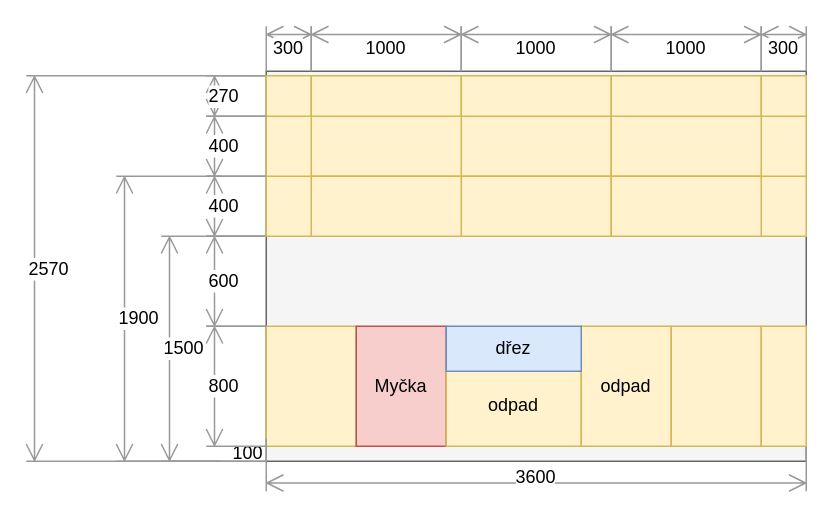
surquest/flat-renovation keeps this draw.io diagram as docs/src/static/drawings/kitchen.wall-watter.drawio. Above is the earlier version. Source tidied: cells renumbered, new cells numbered last; positions are measured from the earlier drawing's top-left corner, leaving out a move shared by most shapes. Both pictures are drawn from the tidied source at 150%, with x=0, y=0 at pixel (26, 26).
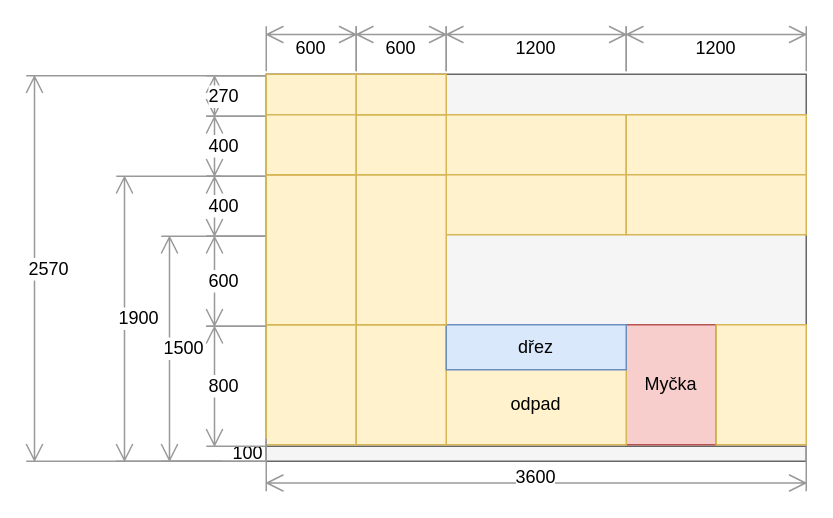
The same diagram, later.

Commit message (it also covers changes not shown here):
Kitchen reworked

What changed in the source:
```diff
@@
     <mxCell id="2" style="rounded=0;whiteSpace=wrap;html=1;strokeColor=#666666;fillColor=#f5f5f5;fontColor=#333333;" parent="1" vertex="1">
-      <mxGeometry x="160" y="30" width="360" height="250" as="geometry" />
+      <mxGeometry x="160" y="32" width="360" height="250" as="geometry" />
     </mxCell>
@@
     <mxCell id="4" style="rounded=0;whiteSpace=wrap;html=1;fillColor=#fff2cc;strokeColor=#d6b656;" parent="1" vertex="1">
-      <mxGeometry x="160" y="200" width="60" height="80" as="geometry" />
+      <mxGeometry x="160" y="199" width="60" height="80" as="geometry" />
     </mxCell>
@@
     <mxCell id="9" value="Myčka" style="rounded=0;whiteSpace=wrap;html=1;fillColor=#f8cecc;strokeColor=#b85450;" parent="1" vertex="1">
-      <mxGeometry x="220" y="200" width="60" height="80" as="geometry" />
+      <mxGeometry x="400" y="199" width="60" height="80" as="geometry" />
     </mxCell>
     <mxCell id="10" value="odpad" style="rounded=0;whiteSpace=wrap;html=1;fillColor=#fff2cc;strokeColor=#d6b656;" parent="1" vertex="1">
-      <mxGeometry x="280" y="225" width="90" height="55" as="geometry" />
+      <mxGeometry x="280" y="224" width="120" height="55" as="geometry" />
     </mxCell>
@@
-    <mxCell id="12" value="300" style="shape=dimension;direction=west;whiteSpace=wrap;html=1;align=center;verticalAlign=middle;labelBackgroundColor=#ffffff;strokeColor=#999999;" parent="1" vertex="1">
-      <mxGeometry x="160" width="30" height="30" as="geometry" />
+    <mxCell id="12" value="600" style="shape=dimension;direction=west;whiteSpace=wrap;html=1;align=center;verticalAlign=middle;labelBackgroundColor=#ffffff;strokeColor=#999999;" parent="1" vertex="1">
+      <mxGeometry x="160" width="60" height="30" as="geometry" />
     </mxCell>
-    <mxCell id="13" value="odpad" style="rounded=0;whiteSpace=wrap;html=1;fillColor=#fff2cc;strokeColor=#d6b656;" parent="1" vertex="1">
-      <mxGeometry x="370" y="200" width="60" height="80" as="geometry" />
-    </mxCell>
     <mxCell id="14" style="rounded=0;whiteSpace=wrap;html=1;fillColor=#fff2cc;strokeColor=#d6b656;" parent="1" vertex="1">
-      <mxGeometry x="430" y="200" width="60" height="80" as="geometry" />
+      <mxGeometry x="220" y="199" width="60" height="80" as="geometry" />
     </mxCell>
-    <mxCell id="15" style="rounded=0;whiteSpace=wrap;html=1;fillColor=#fff2cc;strokeColor=#d6b656;" parent="1" vertex="1">
-      <mxGeometry x="490" y="200" width="30" height="80" as="geometry" />
-    </mxCell>
     <mxCell id="16" value="dřez" style="rounded=0;whiteSpace=wrap;html=1;fillColor=#dae8fc;strokeColor=#6c8ebf;" parent="1" vertex="1">
-      <mxGeometry x="280" y="200" width="90" height="30" as="geometry" />
+      <mxGeometry x="280" y="199" width="120" height="30" as="geometry" />
     </mxCell>
-    <mxCell id="17" style="rounded=0;whiteSpace=wrap;html=1;fillColor=#fff2cc;strokeColor=#d6b656;" parent="1" vertex="1">
-      <mxGeometry x="490" y="100" width="30" height="40" as="geometry" />
-    </mxCell>
-    <mxCell id="18" style="rounded=0;whiteSpace=wrap;html=1;fillColor=#fff2cc;strokeColor=#d6b656;" parent="1" vertex="1">
-      <mxGeometry x="490" y="60" width="30" height="40" as="geometry" />
-    </mxCell>
-    <mxCell id="19" value="1000" style="shape=dimension;direction=west;whiteSpace=wrap;html=1;align=center;verticalAlign=middle;labelBackgroundColor=#ffffff;strokeColor=#999999;" parent="1" vertex="1">
-      <mxGeometry x="190" width="100" height="30" as="geometry" />
-    </mxCell>
@@
-    <mxCell id="21" style="rounded=0;whiteSpace=wrap;html=1;fillColor=#fff2cc;strokeColor=#d6b656;" parent="1" vertex="1">
-      <mxGeometry x="290" y="60" width="100" height="40" as="geometry" />
-    </mxCell>
-    <mxCell id="22" style="rounded=0;whiteSpace=wrap;html=1;fillColor=#fff2cc;strokeColor=#d6b656;" parent="1" vertex="1">
-      <mxGeometry x="290" y="100" width="100" height="40" as="geometry" />
-    </mxCell>
-    <mxCell id="23" style="rounded=0;whiteSpace=wrap;html=1;fillColor=#fff2cc;strokeColor=#d6b656;" parent="1" vertex="1">
-      <mxGeometry x="190" y="60" width="100" height="40" as="geometry" />
-    </mxCell>
-    <mxCell id="24" style="rounded=0;whiteSpace=wrap;html=1;fillColor=#fff2cc;strokeColor=#d6b656;" parent="1" vertex="1">
-      <mxGeometry x="190" y="100" width="100" height="40" as="geometry" />
-    </mxCell>
     <mxCell id="25" style="rounded=0;whiteSpace=wrap;html=1;fillColor=#fff2cc;strokeColor=#d6b656;" parent="1" vertex="1">
-      <mxGeometry x="390" y="60" width="100" height="40" as="geometry" />
+      <mxGeometry x="280" y="59" width="120" height="40" as="geometry" />
     </mxCell>
     <mxCell id="26" style="rounded=0;whiteSpace=wrap;html=1;fillColor=#fff2cc;strokeColor=#d6b656;" parent="1" vertex="1">
-      <mxGeometry x="390" y="100" width="100" height="40" as="geometry" />
+      <mxGeometry x="280" y="99" width="120" height="40" as="geometry" />
     </mxCell>
-    <mxCell id="27" style="rounded=0;whiteSpace=wrap;html=1;fillColor=#fff2cc;strokeColor=#d6b656;" parent="1" vertex="1">
-      <mxGeometry x="160" y="100" width="30" height="40" as="geometry" />
-    </mxCell>
-    <mxCell id="28" style="rounded=0;whiteSpace=wrap;html=1;fillColor=#fff2cc;strokeColor=#d6b656;" parent="1" vertex="1">
-      <mxGeometry x="160" y="60" width="30" height="40" as="geometry" />
-    </mxCell>
-    <mxCell id="29" value="1000" style="shape=dimension;direction=west;whiteSpace=wrap;html=1;align=center;verticalAlign=middle;labelBackgroundColor=#ffffff;strokeColor=#999999;" parent="1" vertex="1">
-      <mxGeometry x="390" width="100" height="30" as="geometry" />
-    </mxCell>
-    <mxCell id="30" value="1000" style="shape=dimension;direction=west;whiteSpace=wrap;html=1;align=center;verticalAlign=middle;labelBackgroundColor=#ffffff;strokeColor=#999999;" parent="1" vertex="1">
-      <mxGeometry x="290" width="100" height="30" as="geometry" />
-    </mxCell>
-    <mxCell id="31" value="300" style="shape=dimension;direction=west;whiteSpace=wrap;html=1;align=center;verticalAlign=middle;labelBackgroundColor=#ffffff;strokeColor=#999999;" parent="1" vertex="1">
-      <mxGeometry x="490" width="30" height="30" as="geometry" />
-    </mxCell>
@@
-    <mxCell id="34" style="rounded=0;whiteSpace=wrap;html=1;fillColor=#fff2cc;strokeColor=#d6b656;" parent="1" vertex="1">
-      <mxGeometry x="160" y="33" width="30" height="27" as="geometry" />
-    </mxCell>
-    <mxCell id="35" style="rounded=0;whiteSpace=wrap;html=1;fillColor=#fff2cc;strokeColor=#d6b656;" parent="1" vertex="1">
-      <mxGeometry x="190" y="33" width="100" height="27" as="geometry" />
-    </mxCell>
-    <mxCell id="36" style="rounded=0;whiteSpace=wrap;html=1;fillColor=#fff2cc;strokeColor=#d6b656;" parent="1" vertex="1">
-      <mxGeometry x="290" y="33" width="100" height="27" as="geometry" />
-    </mxCell>
-    <mxCell id="37" style="rounded=0;whiteSpace=wrap;html=1;fillColor=#fff2cc;strokeColor=#d6b656;" parent="1" vertex="1">
-      <mxGeometry x="390" y="33" width="100" height="27" as="geometry" />
-    </mxCell>
-    <mxCell id="38" style="rounded=0;whiteSpace=wrap;html=1;fillColor=#fff2cc;strokeColor=#d6b656;" parent="1" vertex="1">
-      <mxGeometry x="490" y="33" width="30" height="27" as="geometry" />
-    </mxCell>
@@
+    <mxCell id="41" style="rounded=0;whiteSpace=wrap;html=1;fillColor=#fff2cc;strokeColor=#d6b656;" parent="1" vertex="1">
+      <mxGeometry x="160" y="99" width="60" height="100" as="geometry" />
+    </mxCell>
+    <mxCell id="42" style="rounded=0;whiteSpace=wrap;html=1;fillColor=#fff2cc;strokeColor=#d6b656;" parent="1" vertex="1">
+      <mxGeometry x="160" y="59" width="60" height="40" as="geometry" />
+    </mxCell>
+    <mxCell id="43" style="rounded=0;whiteSpace=wrap;html=1;fillColor=#fff2cc;strokeColor=#d6b656;" parent="1" vertex="1">
+      <mxGeometry x="160" y="32" width="60" height="27" as="geometry" />
+    </mxCell>
+    <mxCell id="44" style="rounded=0;whiteSpace=wrap;html=1;fillColor=#fff2cc;strokeColor=#d6b656;" parent="1" vertex="1">
+      <mxGeometry x="160" y="59" width="60" height="40" as="geometry" />
+    </mxCell>
+    <mxCell id="45" style="rounded=0;whiteSpace=wrap;html=1;fillColor=#fff2cc;strokeColor=#d6b656;" parent="1" vertex="1">
+      <mxGeometry x="220" y="99" width="60" height="100" as="geometry" />
+    </mxCell>
+    <mxCell id="46" style="rounded=0;whiteSpace=wrap;html=1;fillColor=#fff2cc;strokeColor=#d6b656;" parent="1" vertex="1">
+      <mxGeometry x="220" y="59" width="60" height="40" as="geometry" />
+    </mxCell>
+    <mxCell id="47" value="600" style="shape=dimension;direction=west;whiteSpace=wrap;html=1;align=center;verticalAlign=middle;labelBackgroundColor=#ffffff;strokeColor=#999999;" parent="1" vertex="1">
+      <mxGeometry x="220" width="60" height="30" as="geometry" />
+    </mxCell>
+    <mxCell id="48" value="1200" style="shape=dimension;direction=west;whiteSpace=wrap;html=1;align=center;verticalAlign=middle;labelBackgroundColor=#ffffff;strokeColor=#999999;" parent="1" vertex="1">
+      <mxGeometry x="400" width="120" height="30" as="geometry" />
+    </mxCell>
+    <mxCell id="49" value="1200" style="shape=dimension;direction=west;whiteSpace=wrap;html=1;align=center;verticalAlign=middle;labelBackgroundColor=#ffffff;strokeColor=#999999;" parent="1" vertex="1">
+      <mxGeometry x="280" width="120" height="30" as="geometry" />
+    </mxCell>
+    <mxCell id="50" style="rounded=0;whiteSpace=wrap;html=1;fillColor=#fff2cc;strokeColor=#d6b656;" parent="1" vertex="1">
+      <mxGeometry x="400" y="59" width="120" height="40" as="geometry" />
+    </mxCell>
+    <mxCell id="51" style="rounded=0;whiteSpace=wrap;html=1;fillColor=#fff2cc;strokeColor=#d6b656;" parent="1" vertex="1">
+      <mxGeometry x="400" y="99" width="120" height="40" as="geometry" />
+    </mxCell>
+    <mxCell id="52" style="rounded=0;whiteSpace=wrap;html=1;fillColor=#fff2cc;strokeColor=#d6b656;" parent="1" vertex="1">
+      <mxGeometry x="460" y="199" width="60" height="80" as="geometry" />
+    </mxCell>
+    <mxCell id="53" style="rounded=0;whiteSpace=wrap;html=1;fillColor=#fff2cc;strokeColor=#d6b656;" parent="1" vertex="1">
+      <mxGeometry x="220" y="32" width="60" height="27" as="geometry" />
+    </mxCell>
```
